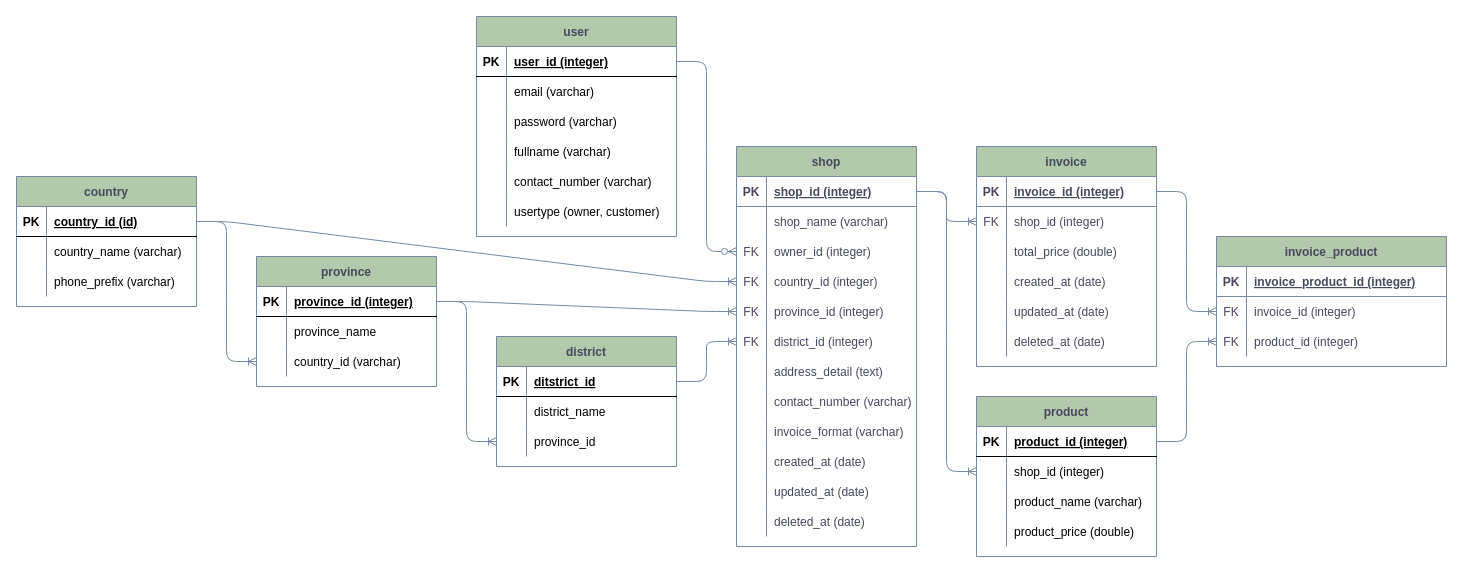
Above: not-e.drawio in mrandi96/side_projects (draw.io), before the change. Source tidied: cells renumbered, new cells numbered last; positions are measured from the earlier drawing's top-left corner, leaving out a move shared by most shapes. Both pictures are drawn from the tidied source at 100%, with x=0, y=0 at pixel (16, 16).
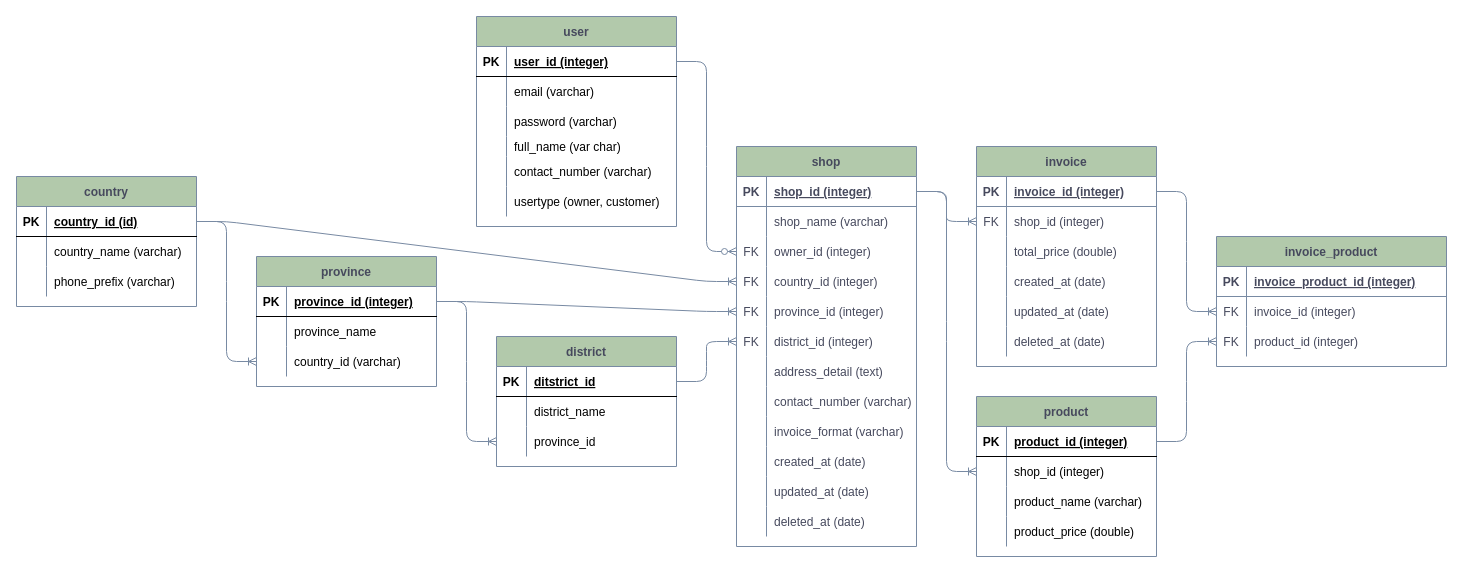
Above is the later version.

Diff of the diagram source:
```diff
@@
     <mxCell id="120" value="user" style="shape=table;startSize=30;childLayout=tableLayout;rowLines=0;fontStyle=1;align=center;rounded=0;sketch=0;strokeColor=#788AA3;fillColor=#B2C9AB;fontColor=#46495D;" parent="1" vertex="1">
-      <mxGeometry x="460" width="200" height="220" as="geometry" />
+      <mxGeometry x="460" width="200" height="210" as="geometry" />
     </mxCell>
@@
     <mxCell id="130" style="shape=partialRectangle;fillColor=none;top=0;left=0;bottom=0;right=0;" parent="120" vertex="1">
-      <mxGeometry y="120" width="200" height="30" as="geometry" />
+      <mxGeometry y="120" width="200" height="20" as="geometry" />
     </mxCell>
     <mxCell id="131" style="shape=partialRectangle;fillColor=none;top=0;left=0;bottom=0;right=0;overflow=hidden;" parent="130" vertex="1">
-      <mxGeometry width="30" height="30" as="geometry" />
+      <mxGeometry width="30" height="20" as="geometry" />
     </mxCell>
-    <mxCell id="132" value="fullname (varchar)" style="shape=partialRectangle;fillColor=none;top=0;left=0;bottom=0;right=0;align=left;spacingLeft=6;overflow=hidden;" parent="130" vertex="1">
-      <mxGeometry x="30" width="170" height="30" as="geometry" />
+    <mxCell id="132" value="full_name (var char)" style="shape=partialRectangle;fillColor=none;top=0;left=0;bottom=0;right=0;align=left;spacingLeft=6;overflow=hidden;" parent="130" vertex="1">
+      <mxGeometry x="30" width="170" height="20" as="geometry" />
     </mxCell>
     <mxCell id="133" style="shape=partialRectangle;fillColor=none;top=0;left=0;bottom=0;right=0;" parent="120" vertex="1">
-      <mxGeometry y="150" width="200" height="30" as="geometry" />
+      <mxGeometry y="140" width="200" height="30" as="geometry" />
     </mxCell>
@@
     <mxCell id="136" style="shape=partialRectangle;fillColor=none;top=0;left=0;bottom=0;right=0;" parent="120" vertex="1">
-      <mxGeometry y="180" width="200" height="30" as="geometry" />
+      <mxGeometry y="170" width="200" height="30" as="geometry" />
     </mxCell>
```
